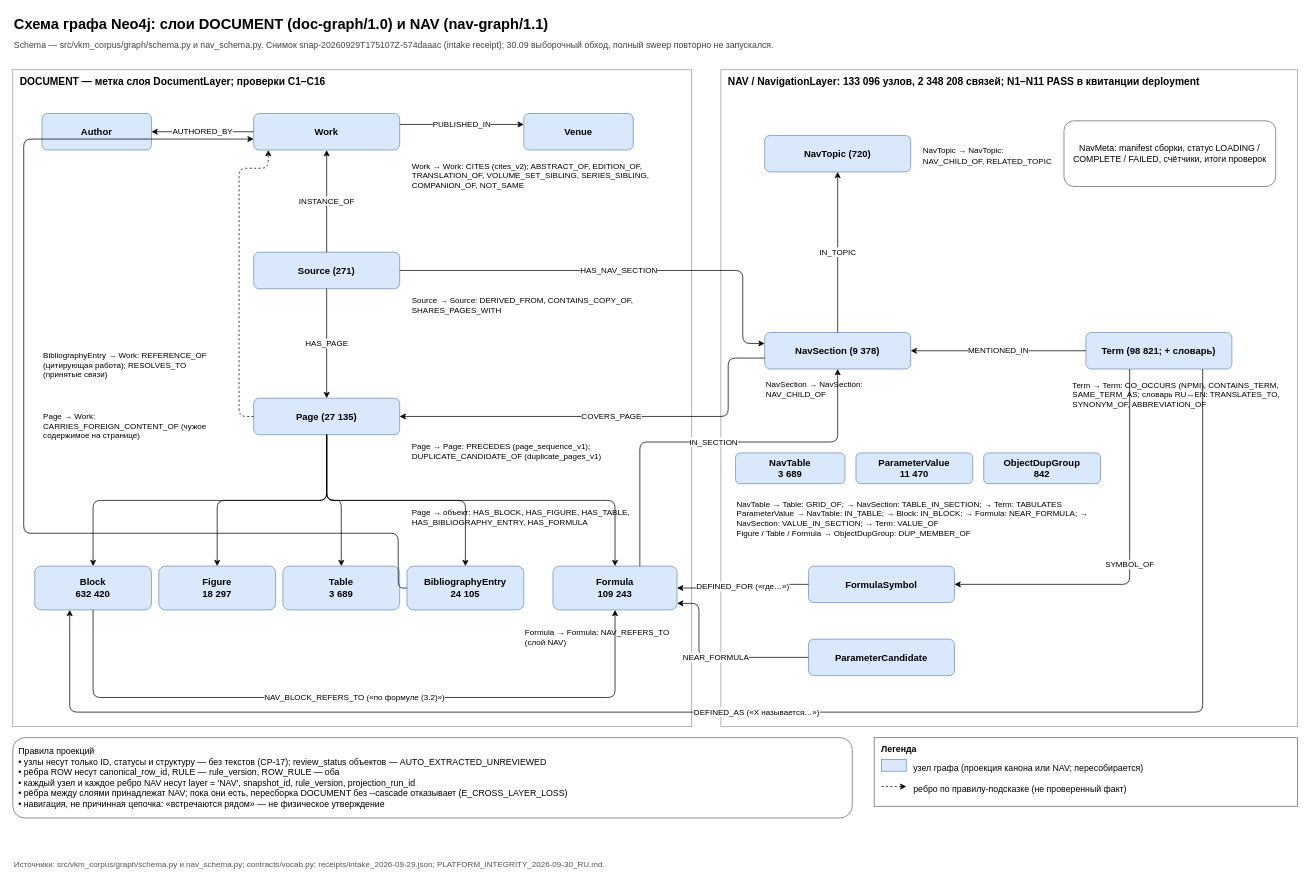
Earlier version of the draw.io diagram docs/diagrams/graph_schema.drawio (SUKUNA-AI/vkm-subsidence-forecasting). Source tidied: cells renumbered, new cells numbered last; positions are measured from the earlier drawing's top-left corner, leaving out a move shared by most shapes. Both pictures are drawn from the tidied source at 73%, with x=0, y=0 at pixel (12, 12).
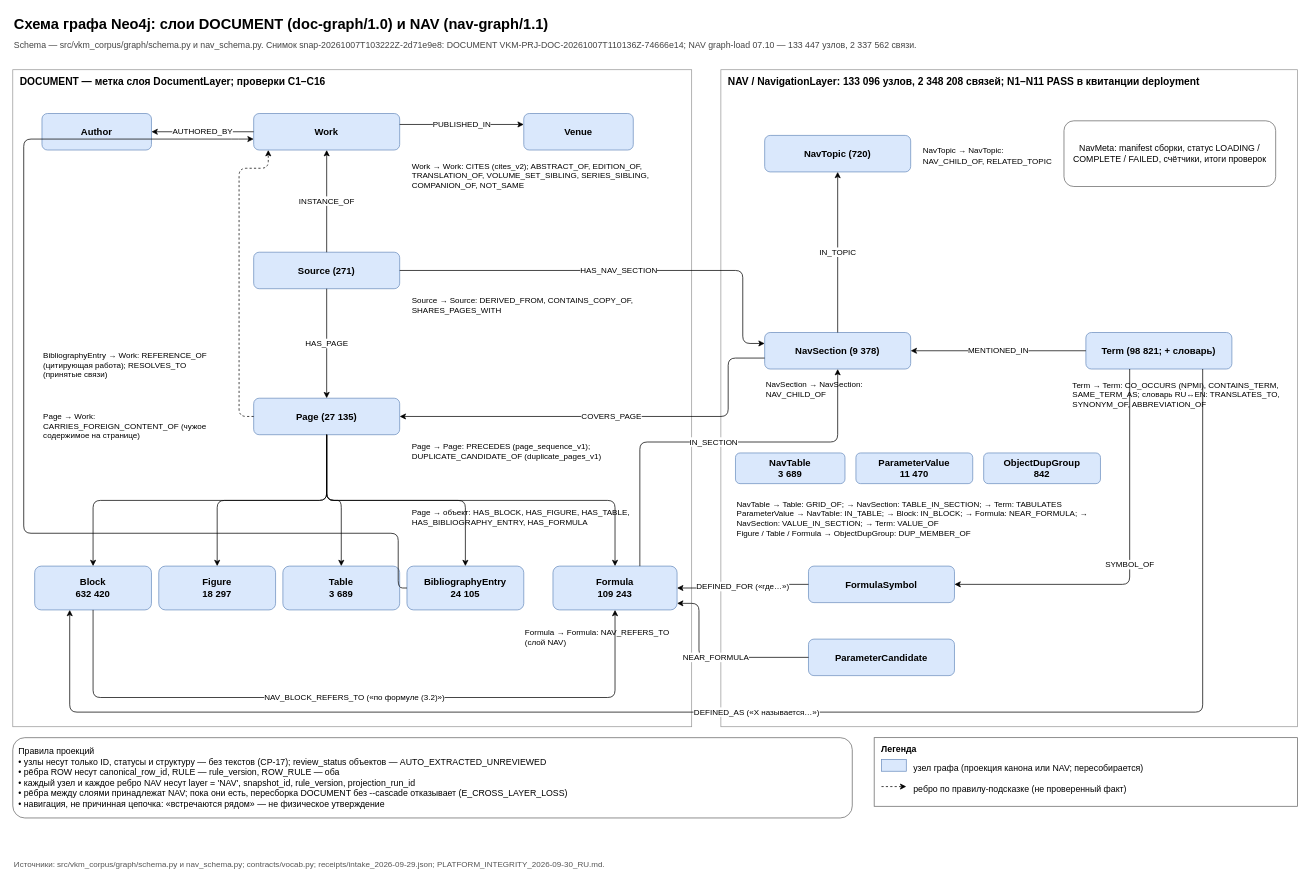
Above is the later version.

Change to the diagram source:
```diff
@@
-    <mxCell id="3" value="Schema — src/vkm_corpus/graph/schema.py и nav_schema.py. Снимок snap-20260929T175107Z-574daaac (intake receipt); 30.09 выборочный обход, полный sweep повторно не запускался." style="text;align=left;fontColor=#444444;fontSize=12;html=1;verticalAlign=middle;whiteSpace=wrap;" parent="1" vertex="1">
+    <mxCell id="3" value="Schema — src/vkm_corpus/graph/schema.py и nav_schema.py. Снимок snap-20261007T103222Z-2d71e9e8: DOCUMENT VKM-PRJ-DOC-20261007T110136Z-74666e14; NAV graph-load 07.10 — 133 447 узлов, 2 337 562 связи." style="text;align=left;fontColor=#444444;fontSize=12;html=1;verticalAlign=middle;whiteSpace=wrap;" parent="1" vertex="1">
       <mxGeometry y="32" width="1760" height="25" as="geometry" />
     </mxCell>
```
